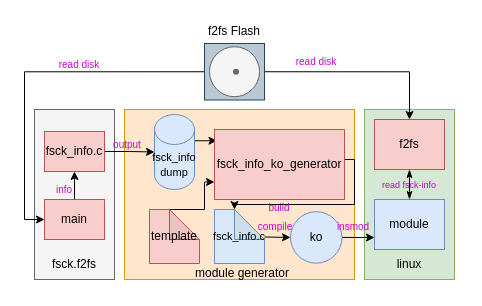
Earlier version of the draw.io diagram f2fs/f2fs利用fsck信息.drawio (ksd11/charts). Source tidied: cells renumbered, new cells numbered last; positions are measured from the earlier drawing's top-left corner, leaving out a move shared by most shapes. Both pictures are drawn from the tidied source at 100%, with x=0, y=0 at pixel (34, 16).
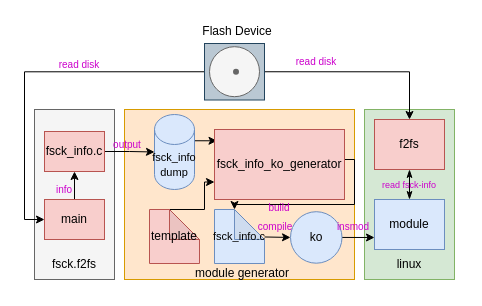
The same page after the edit.

Change to the diagram source:
```diff
@@
-    <mxCell id="29" value="f2fs Flash" style="text;html=1;strokeColor=none;fillColor=none;align=center;verticalAlign=middle;whiteSpace=wrap;rounded=0;" parent="1" vertex="1">
-      <mxGeometry x="170" y="0.2" width="60" height="30" as="geometry" />
+    <mxCell id="29" value="Flash Device" style="text;html=1;strokeColor=none;fillColor=none;align=center;verticalAlign=middle;whiteSpace=wrap;rounded=0;" parent="1" vertex="1">
+      <mxGeometry x="165" y="0.2" width="76" height="30" as="geometry" />
     </mxCell>
```
